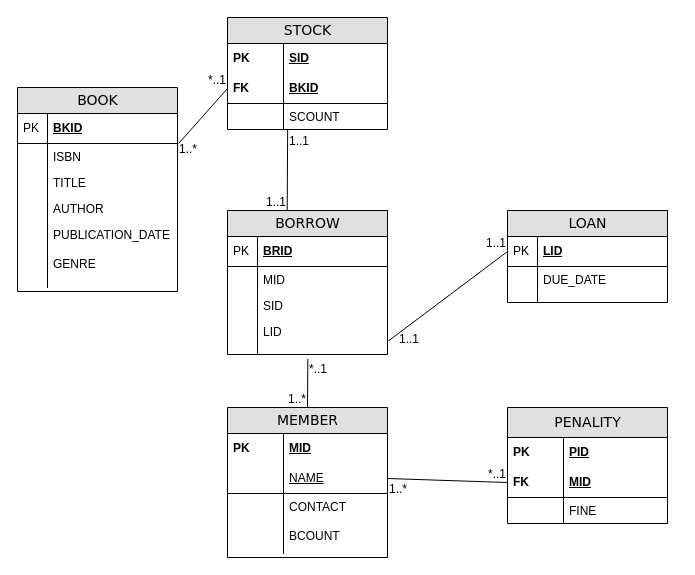
Earlier version of the draw.io diagram erdiagram.drawio (kaushik315/MScComputingDS). Source tidied: cells renumbered, new cells numbered last; positions are measured from the earlier drawing's top-left corner, leaving out a move shared by most shapes. Both pictures are drawn from the tidied source at 100%, with x=0, y=0 at pixel (17, 17).
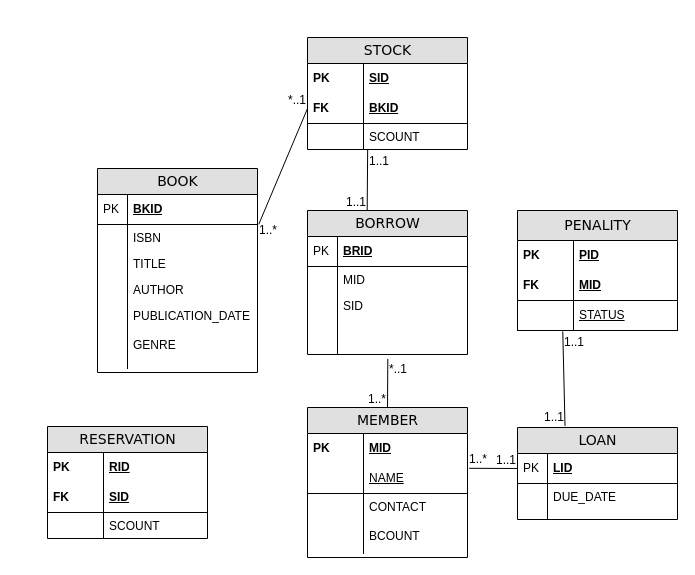
The same diagram, later.

The change refers to these unchanged cells:
```xml
<mxCell id="10" value="LID" style="shape=partialRectangle;top=0;left=0;right=0;bottom=1;html=1;align=left;verticalAlign=middle;fillColor=none;spacingLeft=34;spacingRight=4;whiteSpace=wrap;overflow=hidden;points=[[0,0.5],[1,0.5]];portConstraint=eastwest;fontStyle=5;" parent="9" vertex="1">
  <mxGeometry y="26" width="160" height="30" as="geometry" />
</mxCell>
<mxCell id="17" value="&lt;span style=&quot;font-weight: normal;&quot;&gt;NAME&lt;/span&gt;" style="shape=partialRectangle;top=0;left=0;right=0;bottom=1;html=1;align=left;verticalAlign=middle;fillColor=none;spacingLeft=60;spacingRight=4;whiteSpace=wrap;overflow=hidden;points=[[0,0.5],[1,0.5]];portConstraint=eastwest;fontStyle=5;" parent="14" vertex="1">
  <mxGeometry y="56" width="160" height="30" as="geometry" />
</mxCell>
<mxCell id="24" value="MID" style="shape=partialRectangle;top=0;left=0;right=0;bottom=1;html=1;align=left;verticalAlign=middle;fillColor=none;spacingLeft=60;spacingRight=4;whiteSpace=wrap;overflow=hidden;points=[[0,0.5],[1,0.5]];portConstraint=eastwest;fontStyle=5;" parent="21" vertex="1">
  <mxGeometry y="60" width="160" height="30" as="geometry" />
</mxCell>
```

The edit, as a diff of the source:
```diff
@@
     <mxCell id="2" value="STOCK" style="swimlane;html=1;fontStyle=0;horizontal=1;startSize=26;fillColor=#e0e0e0;swimlaneFillColor=#ffffff;align=center;rounded=0;shadow=0;comic=0;labelBackgroundColor=none;strokeWidth=1;fontFamily=Verdana;fontSize=14;" parent="1" vertex="1">
-      <mxGeometry x="210" width="160" height="112" as="geometry" />
+      <mxGeometry x="290" y="20" width="160" height="112" as="geometry" />
     </mxCell>
@@
     <mxCell id="9" value="LOAN" style="swimlane;html=1;fontStyle=0;horizontal=1;startSize=26;fillColor=#e0e0e0;swimlaneFillColor=#ffffff;align=center;rounded=0;shadow=0;comic=0;labelBackgroundColor=none;strokeWidth=1;fontFamily=Verdana;fontSize=14;" parent="1" vertex="1">
-      <mxGeometry x="490" y="193" width="160" height="92" as="geometry" />
+      <mxGeometry x="500" y="410" width="160" height="92" as="geometry" />
     </mxCell>
@@
     <mxCell id="14" value="MEMBER" style="swimlane;html=1;fontStyle=0;horizontal=1;startSize=26;fillColor=#e0e0e0;swimlaneFillColor=#ffffff;align=center;rounded=0;shadow=0;comic=0;labelBackgroundColor=none;strokeWidth=1;fontFamily=Verdana;fontSize=14;" parent="1" vertex="1">
-      <mxGeometry x="210" y="390" width="160" height="150" as="geometry" />
+      <mxGeometry x="290" y="390" width="160" height="150" as="geometry" />
     </mxCell>
@@
     <mxCell id="21" value="PENALITY" style="swimlane;html=1;fontStyle=0;horizontal=1;startSize=30;fillColor=#e0e0e0;swimlaneFillColor=#ffffff;align=center;rounded=0;shadow=0;comic=0;labelBackgroundColor=none;strokeWidth=1;fontFamily=Verdana;fontSize=14;" parent="1" vertex="1">
-      <mxGeometry x="490" y="390" width="160" height="116" as="geometry" />
+      <mxGeometry x="500" y="193" width="160" height="120" as="geometry" />
     </mxCell>
@@
-    <mxCell id="26" value="FINE" style="shape=partialRectangle;top=0;left=0;right=0;bottom=0;html=1;align=left;verticalAlign=top;fillColor=none;spacingLeft=60;spacingRight=4;whiteSpace=wrap;overflow=hidden;" parent="21" vertex="1">
-      <mxGeometry y="90" width="160" height="26" as="geometry" />
-    </mxCell>
-    <mxCell id="27" style="shape=partialRectangle;top=0;left=0;bottom=0;html=1;fillColor=none;align=left;verticalAlign=top;spacingLeft=4;spacingRight=4;whiteSpace=wrap;overflow=hidden;" parent="26" vertex="1">
-      <mxGeometry width="56" height="26" as="geometry" />
-    </mxCell>
+    <mxCell id="65" value="&lt;span style=&quot;font-weight: normal;&quot;&gt;STATUS&lt;/span&gt;" style="shape=partialRectangle;top=0;left=0;right=0;bottom=1;html=1;align=left;verticalAlign=middle;fillColor=none;spacingLeft=60;spacingRight=4;whiteSpace=wrap;overflow=hidden;points=[[0,0.5],[1,0.5]];portConstraint=eastwest;fontStyle=5;" parent="21" vertex="1">
+      <mxGeometry y="90" width="160" height="30" as="geometry" />
+    </mxCell>
+    <mxCell id="66" style="shape=partialRectangle;fontStyle=1;top=0;left=0;bottom=0;html=1;fillColor=none;align=left;verticalAlign=middle;spacingLeft=4;spacingRight=4;whiteSpace=wrap;overflow=hidden;" parent="65" vertex="1">
+      <mxGeometry width="56" height="30" as="geometry" />
+    </mxCell>
     <mxCell id="28" value="BOOK" style="swimlane;html=1;fontStyle=0;horizontal=1;startSize=26;fillColor=#e0e0e0;swimlaneFillColor=#ffffff;align=center;rounded=0;shadow=0;comic=0;labelBackgroundColor=none;strokeWidth=1;fontFamily=Verdana;fontSize=14;" parent="1" vertex="1">
-      <mxGeometry y="70" width="160" height="204" as="geometry" />
+      <mxGeometry x="80" y="151" width="160" height="204" as="geometry" />
     </mxCell>
@@
     <mxCell id="39" value="BORROW" style="swimlane;html=1;fontStyle=0;horizontal=1;startSize=26;fillColor=#e0e0e0;swimlaneFillColor=#ffffff;align=center;rounded=0;shadow=0;comic=0;labelBackgroundColor=none;strokeWidth=1;fontFamily=Verdana;fontSize=14;" parent="1" vertex="1">
-      <mxGeometry x="210" y="193" width="160" height="144" as="geometry" />
+      <mxGeometry x="290" y="193" width="160" height="144" as="geometry" />
     </mxCell>
@@
-    <mxCell id="46" value="LID" style="shape=partialRectangle;top=0;left=0;right=0;bottom=0;html=1;align=left;verticalAlign=top;fillColor=none;spacingLeft=34;spacingRight=4;whiteSpace=wrap;overflow=hidden;points=[[0,0.5],[1,0.5]];portConstraint=eastwest;" parent="39" vertex="1">
+    <mxCell id="46" style="shape=partialRectangle;top=0;left=0;right=0;bottom=0;html=1;align=left;verticalAlign=top;fillColor=none;spacingLeft=34;spacingRight=4;whiteSpace=wrap;overflow=hidden;points=[[0,0.5],[1,0.5]];portConstraint=eastwest;" parent="39" vertex="1">
       <mxGeometry y="108" width="160" height="26" as="geometry" />
     </mxCell>
@@
-    <mxCell id="50" style="endArrow=none;html=1;rounded=0;entryX=0;entryY=0.5;entryDx=0;entryDy=0;exitX=1;exitY=0.5;exitDx=0;exitDy=0;" parent="1" edge="1" source="17" target="24">
-      <mxGeometry relative="1" as="geometry" />
-    </mxCell>
-    <mxCell id="51" value="1..*" style="html=1;whiteSpace=wrap;align=left;verticalAlign=bottom;" parent="50" vertex="1">
-      <mxGeometry x="-1" relative="1" as="geometry">
-        <mxPoint y="19" as="offset" />
-      </mxGeometry>
-    </mxCell>
-    <mxCell id="52" value="*..1" style="html=1;whiteSpace=wrap;align=right;verticalAlign=bottom;" parent="50" vertex="1">
-      <mxGeometry x="1" relative="1" as="geometry" />
-    </mxCell>
@@
-    <mxCell id="62" style="endArrow=none;html=1;rounded=0;exitX=1.005;exitY=0.866;exitDx=0;exitDy=0;exitPerimeter=0;entryX=0;entryY=0.5;entryDx=0;entryDy=0;" parent="1" edge="1" source="46" target="10">
+    <mxCell id="62" style="endArrow=none;html=1;rounded=0;exitX=1.01;exitY=0.16;exitDx=0;exitDy=0;exitPerimeter=0;entryX=0;entryY=0.5;entryDx=0;entryDy=0;" parent="1" edge="1" source="17" target="10">
       <mxGeometry relative="1" as="geometry" />
     </mxCell>
-    <mxCell id="63" value="1..1" style="html=1;whiteSpace=wrap;align=left;verticalAlign=bottom;" parent="62" vertex="1">
+    <mxCell id="63" value="1..*" style="html=1;whiteSpace=wrap;align=left;verticalAlign=bottom;" parent="62" vertex="1">
       <mxGeometry x="-1" relative="1" as="geometry">
-        <mxPoint x="9" y="6" as="offset" />
+        <mxPoint x="-2" y="-1" as="offset" />
       </mxGeometry>
     </mxCell>
@@
+    <mxCell id="67" style="endArrow=none;html=1;rounded=0;entryX=0.297;entryY=-0.017;entryDx=0;entryDy=0;exitX=0.283;exitY=1.033;exitDx=0;exitDy=0;exitPerimeter=0;entryPerimeter=0;" parent="1" edge="1" source="65" target="9">
+      <mxGeometry relative="1" as="geometry" />
+    </mxCell>
+    <mxCell id="68" value="1..1" style="html=1;whiteSpace=wrap;align=left;verticalAlign=bottom;" parent="67" vertex="1">
+      <mxGeometry x="-1" relative="1" as="geometry">
+        <mxPoint y="19" as="offset" />
+      </mxGeometry>
+    </mxCell>
+    <mxCell id="69" value="1..1" style="html=1;whiteSpace=wrap;align=right;verticalAlign=bottom;" parent="67" vertex="1">
+      <mxGeometry x="1" relative="1" as="geometry" />
+    </mxCell>
+    <mxCell id="70" value="RESERVATION" style="swimlane;html=1;fontStyle=0;horizontal=1;startSize=26;fillColor=#e0e0e0;swimlaneFillColor=#ffffff;align=center;rounded=0;shadow=0;comic=0;labelBackgroundColor=none;strokeWidth=1;fontFamily=Verdana;fontSize=14;" parent="1" vertex="1">
+      <mxGeometry x="30" y="409" width="160" height="112" as="geometry" />
+    </mxCell>
+    <mxCell id="71" value="RID" style="shape=partialRectangle;top=0;left=0;right=0;bottom=0;html=1;align=left;verticalAlign=middle;fillColor=none;spacingLeft=60;spacingRight=4;whiteSpace=wrap;overflow=hidden;fontStyle=5;" parent="70" vertex="1">
+      <mxGeometry y="26" width="160" height="30" as="geometry" />
+    </mxCell>
+    <mxCell id="72" value="PK" style="shape=partialRectangle;fontStyle=1;top=0;left=0;bottom=0;html=1;fillColor=none;align=left;verticalAlign=middle;spacingLeft=4;spacingRight=4;whiteSpace=wrap;overflow=hidden;" parent="71" vertex="1">
+      <mxGeometry width="56" height="30" as="geometry" />
+    </mxCell>
+    <mxCell id="73" value="SID" style="shape=partialRectangle;top=0;left=0;right=0;bottom=1;html=1;align=left;verticalAlign=middle;fillColor=none;spacingLeft=60;spacingRight=4;whiteSpace=wrap;overflow=hidden;fontStyle=5;" parent="70" vertex="1">
+      <mxGeometry y="56" width="160" height="30" as="geometry" />
+    </mxCell>
+    <mxCell id="74" value="FK" style="shape=partialRectangle;fontStyle=1;top=0;left=0;bottom=0;html=1;fillColor=none;align=left;verticalAlign=middle;spacingLeft=4;spacingRight=4;whiteSpace=wrap;overflow=hidden;" parent="73" vertex="1">
+      <mxGeometry width="56" height="30" as="geometry" />
+    </mxCell>
+    <mxCell id="75" value="SCOUNT" style="shape=partialRectangle;top=0;left=0;right=0;bottom=0;html=1;align=left;verticalAlign=top;fillColor=none;spacingLeft=60;spacingRight=4;whiteSpace=wrap;overflow=hidden;" parent="70" vertex="1">
+      <mxGeometry y="86" width="160" height="26" as="geometry" />
+    </mxCell>
+    <mxCell id="27" style="shape=partialRectangle;top=0;left=0;bottom=0;html=1;fillColor=none;align=left;verticalAlign=top;spacingLeft=4;spacingRight=4;whiteSpace=wrap;overflow=hidden;" parent="75" vertex="1">
+      <mxGeometry width="56" height="26" as="geometry" />
+    </mxCell>
```
